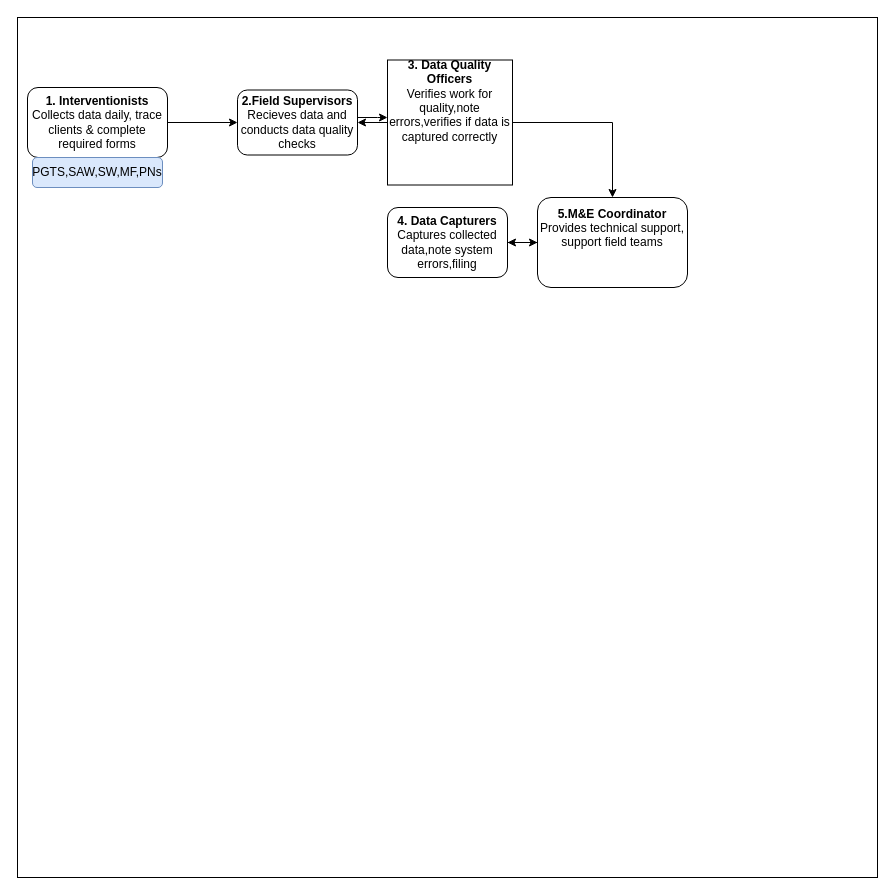
This is page "Page-2" (2 of 2) of Untitled Diagram.drawio from Poscom2010/charmu, a draw.io file, before an edit. Source tidied: cells renumbered, new cells numbered last; positions are measured from the earlier drawing's top-left corner, leaving out a move shared by most shapes. Both pictures are drawn from the tidied source at 100%, with x=0, y=0 at pixel (17, 17).
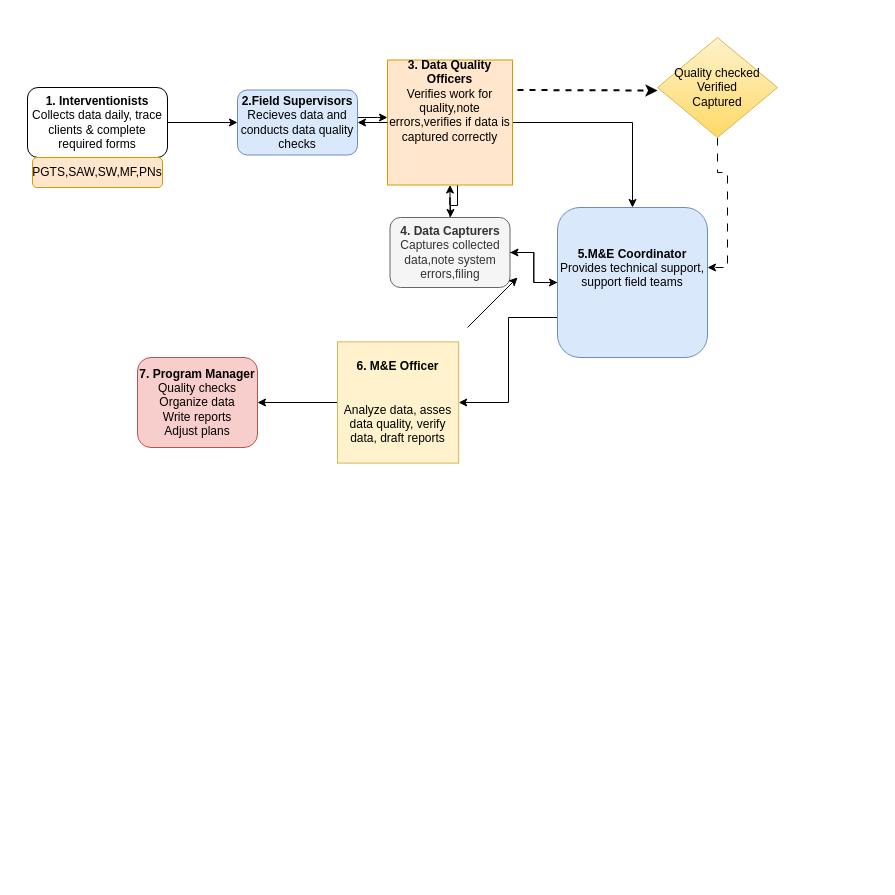
After the change.

What changed in the source:
```diff
@@
-    <mxCell id="2" style="whiteSpace=wrap;html=1;" parent="1" vertex="1">
-      <mxGeometry width="860" height="860" as="geometry" />
-    </mxCell>
@@
-    <mxCell id="6" value="&lt;div&gt;&lt;b&gt;2.Field Supervisors&lt;/b&gt;&lt;/div&gt;&lt;div&gt;Recieves data and conducts data quality checks&lt;b&gt;&lt;br&gt;&lt;/b&gt;&lt;/div&gt;" style="rounded=1;whiteSpace=wrap;html=1;" parent="1" vertex="1">
+    <mxCell id="6" value="&lt;div&gt;&lt;b&gt;2.Field Supervisors&lt;/b&gt;&lt;/div&gt;&lt;div&gt;Recieves data and conducts data quality checks&lt;b&gt;&lt;br&gt;&lt;/b&gt;&lt;/div&gt;" style="rounded=1;whiteSpace=wrap;html=1;fillColor=#dae8fc;strokeColor=#6c8ebf;" parent="1" vertex="1">
       <mxGeometry x="220" y="72.5" width="120" height="65" as="geometry" />
     </mxCell>
@@
+    <mxCell id="15" style="edgeStyle=orthogonalEdgeStyle;rounded=0;jettySize=auto;html=1;" parent="1" edge="1" source="8" target="14">
+      <mxGeometry relative="1" as="geometry">
+        <Array as="points">
+          <mxPoint x="440" y="188" />
+          <mxPoint x="433" y="188" />
+        </Array>
+      </mxGeometry>
+    </mxCell>
-    <mxCell id="8" value="&lt;div align=&quot;center&quot;&gt;&lt;b&gt;3. Data Quality Officers&lt;/b&gt;&lt;/div&gt;&lt;div align=&quot;center&quot;&gt;Verifies work for quality,note errors,verifies if data is captured correctly&lt;b&gt;&lt;br&gt;&lt;/b&gt;&lt;/div&gt;&lt;div align=&quot;center&quot;&gt;&lt;b&gt;&lt;br&gt;&lt;/b&gt;&lt;/div&gt;&lt;div align=&quot;center&quot;&gt;&lt;b&gt;&lt;br&gt;&lt;/b&gt;&lt;/div&gt;&lt;div align=&quot;center&quot;&gt;&lt;b&gt;&lt;br&gt;&lt;/b&gt;&lt;/div&gt;" style="whiteSpace=wrap;html=1;align=center;" parent="1" vertex="1">
+    <mxCell id="8" value="&lt;div align=&quot;center&quot;&gt;&lt;b&gt;3. Data Quality Officers&lt;/b&gt;&lt;/div&gt;&lt;div align=&quot;center&quot;&gt;Verifies work for quality,note errors,verifies if data is captured correctly&lt;b&gt;&lt;br&gt;&lt;/b&gt;&lt;/div&gt;&lt;div align=&quot;center&quot;&gt;&lt;b&gt;&lt;br&gt;&lt;/b&gt;&lt;/div&gt;&lt;div align=&quot;center&quot;&gt;&lt;b&gt;&lt;br&gt;&lt;/b&gt;&lt;/div&gt;&lt;div align=&quot;center&quot;&gt;&lt;b&gt;&lt;br&gt;&lt;/b&gt;&lt;/div&gt;" style="whiteSpace=wrap;html=1;align=center;fillColor=#ffe6cc;strokeColor=#d79b00;" parent="1" vertex="1">
       <mxGeometry x="370" y="42.5" width="125" height="125" as="geometry" />
     </mxCell>
@@
-    <mxCell id="10" value="PGTS,SAW,SW,MF,PNs" style="rounded=1;whiteSpace=wrap;html=1;fillColor=#dae8fc;strokeColor=#6c8ebf;" parent="1" vertex="1">
+    <mxCell id="10" value="PGTS,SAW,SW,MF,PNs" style="rounded=1;whiteSpace=wrap;html=1;fillColor=#ffe6cc;strokeColor=#d79b00;" parent="1" vertex="1">
       <mxGeometry x="15" y="140" width="130" height="30" as="geometry" />
     </mxCell>
@@
+    <mxCell id="16" style="edgeStyle=orthogonalEdgeStyle;rounded=0;jettySize=auto;html=1;" parent="1" edge="1" source="12" target="19">
+      <mxGeometry relative="1" as="geometry">
+        <Array as="points">
+          <mxPoint x="491" y="300" />
+          <mxPoint x="491" y="385" />
+        </Array>
+      </mxGeometry>
+    </mxCell>
-    <mxCell id="12" value="&lt;div&gt;&lt;b&gt;5.M&amp;amp;E Coordinator&lt;/b&gt;&lt;/div&gt;&lt;div&gt;Provides technical support, support field teams&lt;b&gt;&lt;br&gt;&lt;/b&gt;&lt;/div&gt;&lt;div&gt;&lt;b&gt;&lt;br&gt;&lt;/b&gt;&lt;/div&gt;&lt;div&gt;&lt;b&gt;&lt;br&gt;&lt;/b&gt;&lt;/div&gt;" style="rounded=1;whiteSpace=wrap;html=1;" parent="1" vertex="1">
-      <mxGeometry x="520" y="180" width="150" height="90" as="geometry" />
+    <mxCell id="12" value="&lt;div&gt;&lt;b&gt;5.M&amp;amp;E Coordinator&lt;/b&gt;&lt;/div&gt;&lt;div&gt;Provides technical support, support field teams&lt;b&gt;&lt;br&gt;&lt;/b&gt;&lt;/div&gt;&lt;div&gt;&lt;b&gt;&lt;br&gt;&lt;/b&gt;&lt;/div&gt;&lt;div&gt;&lt;b&gt;&lt;br&gt;&lt;/b&gt;&lt;/div&gt;" style="rounded=1;whiteSpace=wrap;html=1;fillColor=#dae8fc;strokeColor=#6c8ebf;" parent="1" vertex="1">
+      <mxGeometry x="540" y="190" width="150" height="150" as="geometry" />
     </mxCell>
@@
+    <mxCell id="17" style="edgeStyle=orthogonalEdgeStyle;rounded=0;jettySize=auto;html=1;" parent="1" edge="1" source="14" target="8">
+      <mxGeometry relative="1" as="geometry" />
+    </mxCell>
-    <mxCell id="14" value="&lt;div&gt;&lt;b&gt;4. Data Capturers&lt;/b&gt;&lt;/div&gt;&lt;div&gt;Captures collected data,note system errors,filing&lt;b&gt;&lt;br&gt;&lt;/b&gt;&lt;/div&gt;" style="rounded=1;whiteSpace=wrap;html=1;" parent="1" vertex="1">
-      <mxGeometry x="370" y="190" width="120" height="70" as="geometry" />
+    <mxCell id="14" value="&lt;div&gt;&lt;b&gt;4. Data Capturers&lt;/b&gt;&lt;/div&gt;&lt;div&gt;Captures collected data,note system errors,filing&lt;b&gt;&lt;br&gt;&lt;/b&gt;&lt;/div&gt;" style="rounded=1;whiteSpace=wrap;html=1;fillColor=#f5f5f5;fontColor=#333333;strokeColor=#666666;" parent="1" vertex="1">
+      <mxGeometry x="372.5" y="200" width="120" height="70" as="geometry" />
     </mxCell>
+    <mxCell id="18" style="edgeStyle=orthogonalEdgeStyle;rounded=0;jettySize=auto;html=1;" parent="1" edge="1" source="19" target="20">
+      <mxGeometry relative="1" as="geometry" />
+    </mxCell>
+    <mxCell id="19" value="&lt;div&gt;&lt;b&gt;6. M&amp;amp;E Officer&lt;/b&gt;&lt;/div&gt;&lt;div&gt;&lt;b&gt;&lt;br&gt;&lt;/b&gt;&lt;/div&gt;&lt;div&gt;&lt;br&gt;&lt;/div&gt;&lt;div&gt;Analyze data, asses data quality, verify data, draft reports&lt;br&gt;&lt;/div&gt;" style="whiteSpace=wrap;html=1;fillColor=#fff2cc;strokeColor=#d6b656;" parent="1" vertex="1">
+      <mxGeometry x="320" y="324.4" width="121.2" height="121.2" as="geometry" />
+    </mxCell>
+    <mxCell id="20" value="&lt;div&gt;&lt;b&gt;7. Program Manager&lt;/b&gt;&lt;/div&gt;&lt;div&gt;Quality checks&lt;/div&gt;&lt;div&gt;Organize data&lt;/div&gt;&lt;div&gt;Write reports&lt;/div&gt;&lt;div&gt;Adjust plans&lt;b&gt;&lt;br&gt;&lt;/b&gt;&lt;/div&gt;" style="rounded=1;whiteSpace=wrap;html=1;fillColor=#f8cecc;strokeColor=#b85450;" parent="1" vertex="1">
+      <mxGeometry x="120" y="340" width="120" height="90" as="geometry" />
+    </mxCell>
+    <mxCell id="21" style="edgeStyle=orthogonalEdgeStyle;rounded=0;orthogonalLoop=1;jettySize=auto;html=1;exitX=0.5;exitY=1;exitDx=0;exitDy=0;" parent="1" edge="1" source="12" target="12">
+      <mxGeometry relative="1" as="geometry" />
+    </mxCell>
+    <mxCell id="22" style="edgeStyle=orthogonalEdgeStyle;rounded=0;jettySize=auto;html=1;entryX=1;entryY=0.4;entryDx=0;entryDy=0;entryPerimeter=0;dashed=1;dashPattern=8 8;" parent="1" edge="1" source="23" target="12">
+      <mxGeometry relative="1" as="geometry" />
+    </mxCell>
+    <mxCell id="23" value="&lt;div&gt;Quality checked&lt;/div&gt;&lt;div&gt;Verified&lt;/div&gt;&lt;div&gt;Captured&lt;br&gt;&lt;/div&gt;" style="rhombus;whiteSpace=wrap;html=1;fillColor=#fff2cc;strokeColor=#d6b656;gradientColor=#ffd966;" parent="1" vertex="1">
+      <mxGeometry x="640" y="20" width="120" height="100" as="geometry" />
+    </mxCell>
+    <mxCell id="24" style="endArrow=classic;html=1;rounded=0;" parent="1" edge="1">
+      <mxGeometry relative="1" as="geometry">
+        <mxPoint x="450" y="310" as="sourcePoint" />
+        <mxPoint x="500" y="260" as="targetPoint" />
+      </mxGeometry>
+    </mxCell>
+    <mxCell id="25" style="endArrow=classic;html=1;rounded=0;entryX=0;entryY=0.53;entryDx=0;entryDy=0;entryPerimeter=0;dashed=1;strokeWidth=2;" parent="1" edge="1" target="23">
+      <mxGeometry relative="1" as="geometry">
+        <mxPoint x="500" y="72.5" as="sourcePoint" />
+      </mxGeometry>
+    </mxCell>
```
